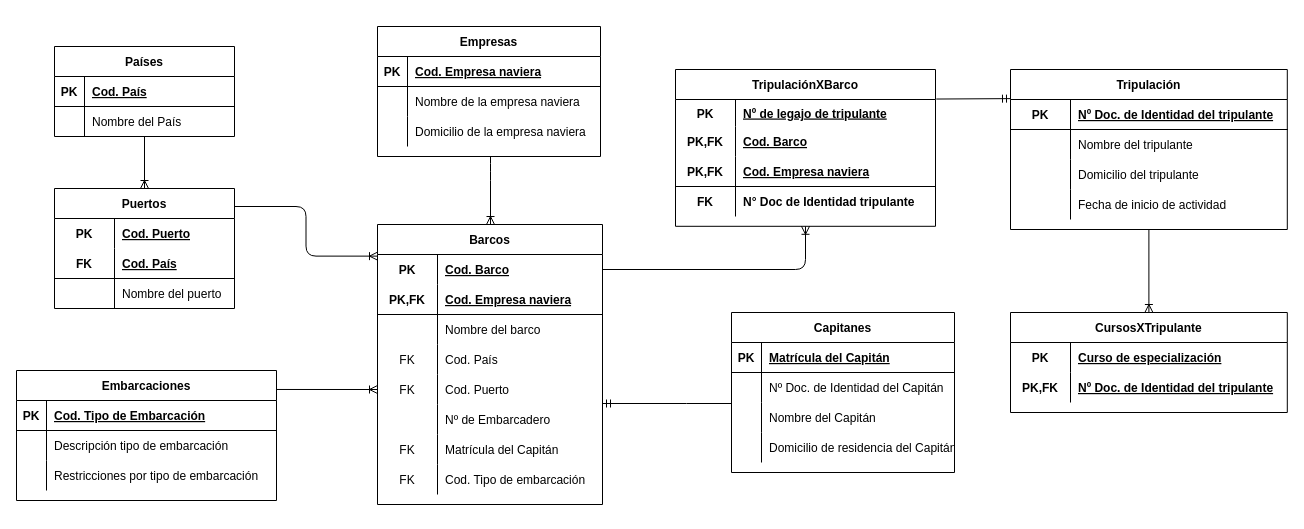
FedericoRocca/DyADDBB_1erCuatrimestre_2021 keeps this draw.io diagram as TPI_Barcos/DER_delaFuente.drawio. Above is the earlier version. Source tidied: cells renumbered, new cells numbered last; positions are measured from the earlier drawing's top-left corner, leaving out a move shared by most shapes. Both pictures are drawn from the tidied source at 100%, with x=0, y=0 at pixel (16, 26).
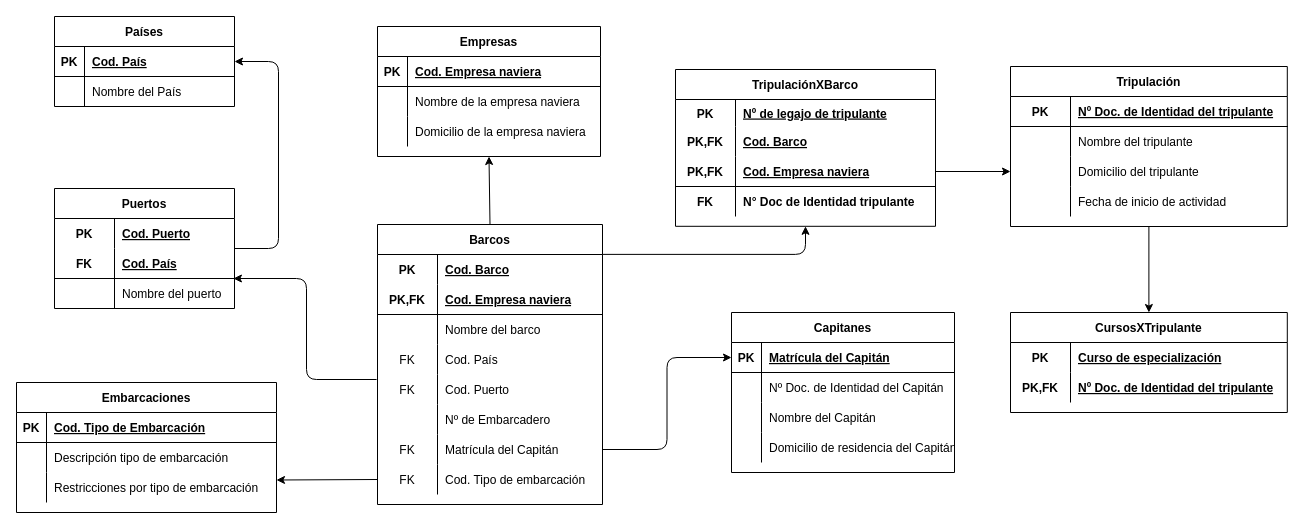
After the change.

The change refers to these unchanged cells:
```xml
<mxCell id="3" style="shape=partialRectangle;fillColor=none;top=0;left=0;bottom=1;right=0;points=[[0,0.5],[1,0.5]];portConstraint=eastwest;" parent="2" vertex="1">
  <mxGeometry y="30" width="180" height="30" as="geometry" />
</mxCell>
<mxCell id="9" value="Puertos" style="shape=table;startSize=30;childLayout=tableLayout;rowLines=0;fontStyle=1;align=center;" parent="1" vertex="1">
  <mxGeometry x="38" y="162" width="180" height="120" as="geometry" />
</mxCell>
<mxCell id="16" style="shape=partialRectangle;fillColor=none;top=0;left=0;bottom=0;right=0;points=[[0,0.5],[1,0.5]];portConstraint=eastwest;" parent="9" vertex="1">
  <mxGeometry y="90" width="180" height="30" as="geometry" />
</mxCell>
<mxCell id="29" value="Barcos" style="shape=table;startSize=30;childLayout=tableLayout;rowLines=0;fontStyle=1;align=center;" parent="1" vertex="1">
  <mxGeometry x="361" y="198" width="225" height="280" as="geometry" />
</mxCell>
<mxCell id="30" style="shape=partialRectangle;fillColor=none;top=0;left=0;bottom=0;right=0;points=[[0,0.5],[1,0.5]];portConstraint=eastwest;" parent="29" vertex="1">
  <mxGeometry y="30" width="225" height="30" as="geometry" />
</mxCell>
<mxCell id="39" style="shape=partialRectangle;fillColor=none;top=0;left=0;bottom=0;right=0;points=[[0,0.5],[1,0.5]];portConstraint=eastwest;" parent="29" vertex="1">
  <mxGeometry y="120" width="225" height="30" as="geometry" />
</mxCell>
<mxCell id="42" style="shape=partialRectangle;fillColor=none;top=0;left=0;bottom=0;right=0;points=[[0,0.5],[1,0.5]];portConstraint=eastwest;" parent="29" vertex="1">
  <mxGeometry y="150" width="225" height="30" as="geometry" />
</mxCell>
<mxCell id="48" style="shape=partialRectangle;fillColor=none;top=0;left=0;bottom=0;right=0;points=[[0,0.5],[1,0.5]];portConstraint=eastwest;" parent="29" vertex="1">
  <mxGeometry y="210" width="225" height="30" as="geometry" />
</mxCell>
<mxCell id="51" style="shape=partialRectangle;fillColor=none;top=0;left=0;bottom=0;right=0;points=[[0,0.5],[1,0.5]];portConstraint=eastwest;" parent="29" vertex="1">
  <mxGeometry y="240" width="225" height="30" as="geometry" />
</mxCell>
<mxCell id="54" value="Empresas" style="shape=table;startSize=30;childLayout=tableLayout;rowLines=0;fontStyle=1;align=center;" parent="1" vertex="1">
  <mxGeometry x="361" width="223" height="130" as="geometry" />
</mxCell>
<mxCell id="64" value="TripulaciónXBarco" style="shape=table;startSize=30;childLayout=tableLayout;rowLines=0;fontStyle=1;align=center;" parent="1" vertex="1">
  <mxGeometry x="659" y="43" width="260" height="156.8" as="geometry" />
</mxCell>
<mxCell id="65" style="shape=partialRectangle;fillColor=none;top=0;left=0;bottom=0;right=0;points=[[0,0.5],[1,0.5]];portConstraint=eastwest;" parent="64" vertex="1">
  <mxGeometry y="30" width="260" height="27" as="geometry" />
</mxCell>
<mxCell id="71" style="shape=partialRectangle;fillColor=none;top=0;left=0;bottom=1;right=0;points=[[0,0.5],[1,0.5]];portConstraint=eastwest;" parent="64" vertex="1">
  <mxGeometry y="87" width="260" height="30" as="geometry" />
</mxCell>
<mxCell id="77" value="CursosXTripulante" style="shape=table;startSize=30;childLayout=tableLayout;rowLines=0;fontStyle=1;align=center;" parent="1" vertex="1">
  <mxGeometry x="994" y="286" width="276.8" height="100" as="geometry" />
</mxCell>
<mxCell id="92" style="shape=partialRectangle;fillColor=none;top=0;left=0;bottom=0;right=0;points=[[0,0.5],[1,0.5]];portConstraint=eastwest;" parent="85" vertex="1">
  <mxGeometry y="90" width="276.8" height="30" as="geometry" />
</mxCell>
<mxCell id="102" value="Capitanes" style="shape=table;startSize=30;childLayout=tableLayout;rowLines=0;fontStyle=1;align=center;" parent="1" vertex="1">
  <mxGeometry x="715" y="286" width="223" height="160" as="geometry" />
</mxCell>
<mxCell id="103" style="shape=partialRectangle;fillColor=none;top=0;left=0;bottom=1;right=0;points=[[0,0.5],[1,0.5]];portConstraint=eastwest;" parent="102" vertex="1">
  <mxGeometry y="30" width="223" height="30" as="geometry" />
</mxCell>
```

Change to the diagram source:
```diff
@@
     <mxCell id="2" value="Países" style="shape=table;startSize=30;childLayout=tableLayout;rowLines=0;fontStyle=1;align=center;" parent="1" vertex="1">
-      <mxGeometry x="38" y="20" width="180" height="90" as="geometry" />
+      <mxGeometry x="38" y="-10" width="180" height="90" as="geometry" />
     </mxCell>
@@
     <mxCell id="19" value="Embarcaciones" style="shape=table;startSize=30;childLayout=tableLayout;rowLines=0;fontStyle=1;align=center;" parent="1" vertex="1">
-      <mxGeometry y="344" width="260" height="130" as="geometry" />
+      <mxGeometry y="356" width="260" height="130" as="geometry" />
     </mxCell>
@@
-    <mxCell id="84" style="edgeStyle=orthogonalEdgeStyle;rounded=0;jettySize=auto;html=1;endArrow=ERoneToMany;endFill=0;" parent="1" edge="1" source="85" target="77">
-      <mxGeometry relative="1" as="geometry" />
-    </mxCell>
     <mxCell id="85" value="Tripulación" style="shape=table;startSize=30;childLayout=tableLayout;rowLines=0;fontStyle=1;align=center;" parent="1" vertex="1">
-      <mxGeometry x="994" y="43" width="276.8" height="160" as="geometry" />
+      <mxGeometry x="994" y="40" width="276.8" height="160" as="geometry" />
     </mxCell>
@@
-    <mxCell id="98" style="edgeStyle=orthogonalEdgeStyle;fontSize=12;html=1;endArrow=ERoneToMany;exitX=1;exitY=0.5;exitDx=0;exitDy=0;" parent="1" edge="1" source="30" target="64">
-      <mxGeometry relative="1" as="geometry" />
-    </mxCell>
-    <mxCell id="99" style="edgeStyle=orthogonalEdgeStyle;fontSize=12;html=1;endArrow=ERoneToMany;" parent="1" edge="1" source="2" target="9">
-      <mxGeometry relative="1" as="geometry" />
-    </mxCell>
-    <mxCell id="100" style="edgeStyle=orthogonalEdgeStyle;fontSize=12;html=1;endArrow=ERoneToMany;" parent="1" edge="1" source="54" target="29">
-      <mxGeometry relative="1" as="geometry">
-        <Array as="points">
-          <mxPoint x="474" y="144" />
-          <mxPoint x="474" y="144" />
-        </Array>
-      </mxGeometry>
-    </mxCell>
-    <mxCell id="101" style="edgeStyle=orthogonalEdgeStyle;rounded=0;jettySize=auto;html=1;endArrow=ERmandOne;endFill=0;startArrow=none;startFill=0;" parent="1" edge="1" source="102" target="29">
-      <mxGeometry relative="1" as="geometry">
-        <Array as="points">
-          <mxPoint x="670" y="377" />
-          <mxPoint x="670" y="377" />
-        </Array>
-      </mxGeometry>
-    </mxCell>
@@
-    <mxCell id="115" style="fontSize=12;html=1;endArrow=ERoneToMany;exitX=1;exitY=0.15;exitDx=0;exitDy=0;exitPerimeter=0;edgeStyle=orthogonalEdgeStyle;entryX=0;entryY=0.113;entryDx=0;entryDy=0;entryPerimeter=0;" parent="1" edge="1" source="9" target="29">
-      <mxGeometry relative="1" as="geometry" />
-    </mxCell>
-    <mxCell id="116" style="fontSize=12;html=1;endArrow=ERoneToMany;exitX=1;exitY=0.146;exitDx=0;exitDy=0;exitPerimeter=0;entryX=0;entryY=0.5;entryDx=0;entryDy=0;edgeStyle=orthogonalEdgeStyle;" parent="1" edge="1" source="19" target="42">
-      <mxGeometry relative="1" as="geometry" />
-    </mxCell>
-    <mxCell id="117" style="rounded=0;jettySize=auto;html=1;endArrow=ERmandOne;endFill=0;startArrow=none;startFill=0;entryX=0;entryY=0.182;entryDx=0;entryDy=0;exitX=1.003;exitY=-0.017;exitDx=0;exitDy=0;exitPerimeter=0;entryPerimeter=0;" parent="1" edge="1" source="65" target="85">
-      <mxGeometry relative="1" as="geometry" />
-    </mxCell>
+    <mxCell id="118" style="endArrow=classic;html=1;exitX=1;exitY=0.5;exitDx=0;exitDy=0;entryX=1;entryY=0.5;entryDx=0;entryDy=0;edgeStyle=orthogonalEdgeStyle;" parent="1" edge="1" source="9" target="3">
+      <mxGeometry relative="1" as="geometry">
+        <Array as="points">
+          <mxPoint x="262" y="222" />
+          <mxPoint x="262" y="35" />
+        </Array>
+      </mxGeometry>
+    </mxCell>
+    <mxCell id="119" style="endArrow=classic;html=1;exitX=-0.004;exitY=1.167;exitDx=0;exitDy=0;exitPerimeter=0;entryX=0.994;entryY=0;entryDx=0;entryDy=0;entryPerimeter=0;edgeStyle=orthogonalEdgeStyle;" parent="1" edge="1" source="39" target="16">
+      <mxGeometry relative="1" as="geometry">
+        <Array as="points">
+          <mxPoint x="290" y="353" />
+          <mxPoint x="290" y="252" />
+        </Array>
+      </mxGeometry>
+    </mxCell>
+    <mxCell id="120" style="endArrow=classic;html=1;exitX=0;exitY=0.5;exitDx=0;exitDy=0;entryX=1;entryY=0.75;entryDx=0;entryDy=0;" parent="1" edge="1" source="51" target="19">
+      <mxGeometry relative="1" as="geometry" />
+    </mxCell>
+    <mxCell id="121" style="endArrow=classic;html=1;exitX=1;exitY=0.5;exitDx=0;exitDy=0;entryX=0;entryY=0.5;entryDx=0;entryDy=0;edgeStyle=orthogonalEdgeStyle;" parent="1" edge="1" source="48" target="103">
+      <mxGeometry relative="1" as="geometry" />
+    </mxCell>
+    <mxCell id="122" style="endArrow=classic;html=1;entryX=0.5;entryY=1;entryDx=0;entryDy=0;exitX=0.5;exitY=0;exitDx=0;exitDy=0;" parent="1" edge="1" source="29" target="54">
+      <mxGeometry relative="1" as="geometry" />
+    </mxCell>
+    <mxCell id="98" style="endArrow=classic;html=1;entryX=0.5;entryY=1;entryDx=0;entryDy=0;exitX=0.999;exitY=-0.004;exitDx=0;exitDy=0;exitPerimeter=0;edgeStyle=orthogonalEdgeStyle;" parent="1" edge="1" source="30" target="64">
+      <mxGeometry relative="1" as="geometry">
+        <Array as="points">
+          <mxPoint x="789" y="228" />
+        </Array>
+      </mxGeometry>
+    </mxCell>
+    <mxCell id="123" style="endArrow=classic;html=1;entryX=0;entryY=0.5;entryDx=0;entryDy=0;exitX=1;exitY=0.5;exitDx=0;exitDy=0;" parent="1" edge="1" source="71" target="92">
+      <mxGeometry relative="1" as="geometry" />
+    </mxCell>
+    <mxCell id="84" style="endArrow=classic;html=1;entryX=0.5;entryY=0;entryDx=0;entryDy=0;exitX=0.5;exitY=1;exitDx=0;exitDy=0;" parent="1" edge="1" source="85" target="77">
+      <mxGeometry relative="1" as="geometry" />
+    </mxCell>
```
